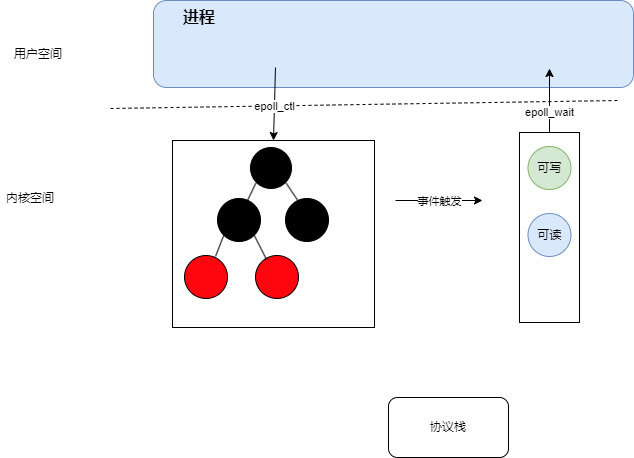
This is CS/OS/网络系统/epoll.drawio.png from sirius-zyj/Images, a draw.io export, as it was before one commit. Source tidied: cells renumbered, new cells last; positions are measured from the earlier drawing's top-left corner, leaving out a move shared by most shapes.
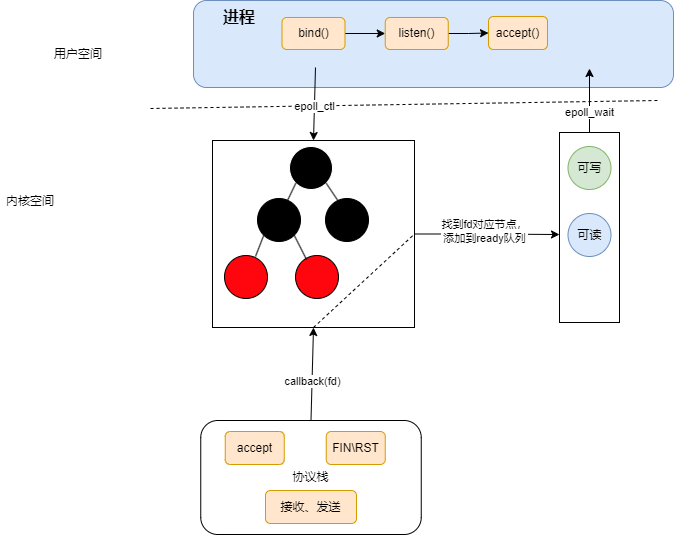
After the change.

Change to the diagram source:
```diff
@@ -55,19 +55,8 @@
       <mxGeometry x="8" y="39" width="60" height="30" as="geometry" />
     </mxCell>
     <mxCell id="17" value="内核空间" style="text;html=1;align=center;verticalAlign=middle;whiteSpace=wrap;rounded=0;" parent="1" vertex="1">
-      <mxGeometry y="183" width="60" height="30" as="geometry" />
+      <mxGeometry x="-40" y="186" width="60" height="30" as="geometry" />
     </mxCell>
-    <mxCell id="18" style="endArrow=classic;html=1;rounded=0;" parent="1" edge="1">
-      <mxGeometry relative="1" as="geometry">
-        <mxPoint x="395" y="200" as="sourcePoint" />
-        <mxPoint x="482" y="200" as="targetPoint" />
-      </mxGeometry>
-    </mxCell>
-    <mxCell id="19" value="事件触发" style="edgeLabel;html=1;align=center;verticalAlign=middle;" parent="18" vertex="1">
-      <mxGeometry x="-0.28" y="-3" relative="1" as="geometry">
-        <mxPoint x="11" y="-3" as="offset" />
-      </mxGeometry>
-    </mxCell>
     <mxCell id="20" style="rounded=0;whiteSpace=wrap;html=1;" parent="1" vertex="1">
       <mxGeometry x="519" y="132" width="60" height="190" as="geometry" />
     </mxCell>
@@ -89,7 +78,46 @@
       <mxGeometry x="169" y="2" width="60" height="30" as="geometry" />
     </mxCell>
     <mxCell id="26" value="协议栈" style="rounded=1;whiteSpace=wrap;html=1;" parent="1" vertex="1">
-      <mxGeometry x="388" y="397" width="120" height="60" as="geometry" />
+      <mxGeometry x="160.2" y="420" width="220.5" height="114" as="geometry" />
     </mxCell>
+    <mxCell id="27" value="accept" style="rounded=1;whiteSpace=wrap;html=1;fillColor=#ffe6cc;strokeColor=#d79b00;" parent="1" vertex="1">
+      <mxGeometry x="184.8" y="431" width="59" height="33" as="geometry" />
+    </mxCell>
+    <mxCell id="28" value="FIN\RST" style="rounded=1;whiteSpace=wrap;html=1;fillColor=#ffe6cc;strokeColor=#d79b00;" parent="1" vertex="1">
+      <mxGeometry x="285.8" y="431" width="59" height="33" as="geometry" />
+    </mxCell>
+    <mxCell id="29" value="接收、发送" style="rounded=1;whiteSpace=wrap;html=1;fillColor=#ffe6cc;strokeColor=#d79b00;" parent="1" vertex="1">
+      <mxGeometry x="225" y="490" width="91" height="33" as="geometry" />
+    </mxCell>
+    <mxCell id="30" style="endArrow=classic;html=1;rounded=0;exitX=0.5;exitY=0;exitDx=0;exitDy=0;entryX=0.5;entryY=1;entryDx=0;entryDy=0;" parent="1" edge="1" source="26" target="3">
+      <mxGeometry relative="1" as="geometry" />
+    </mxCell>
+    <mxCell id="31" value="callback(fd)" style="edgeLabel;html=1;align=center;verticalAlign=middle;" parent="30" vertex="1">
+      <mxGeometry x="-0.14" relative="1" as="geometry" />
+    </mxCell>
+    <mxCell id="32" style="edgeStyle=orthogonalEdgeStyle;rounded=0;jettySize=auto;html=1;exitX=1;exitY=0.5;exitDx=0;exitDy=0;entryX=0;entryY=0.537;entryDx=0;entryDy=0;entryPerimeter=0;" parent="1" edge="1" source="3" target="20">
+      <mxGeometry relative="1" as="geometry" />
+    </mxCell>
+    <mxCell id="33" value="找到fd对应节点，&lt;br&gt;添加到ready队列" style="edgeLabel;html=1;align=center;verticalAlign=middle;" parent="32" vertex="1">
+      <mxGeometry x="-0.05" y="3" relative="1" as="geometry" />
+    </mxCell>
+    <mxCell id="34" style="endArrow=none;dashed=1;html=1;rounded=0;exitX=0.5;exitY=1;exitDx=0;exitDy=0;entryX=1;entryY=0.5;entryDx=0;entryDy=0;" parent="1" edge="1" source="3" target="3">
+      <mxGeometry relative="1" as="geometry" />
+    </mxCell>
+    <mxCell id="35" style="edgeStyle=orthogonalEdgeStyle;rounded=0;jettySize=auto;html=1;exitX=1;exitY=0.5;exitDx=0;exitDy=0;entryX=0;entryY=0.5;entryDx=0;entryDy=0;" parent="1" edge="1" source="36" target="38">
+      <mxGeometry relative="1" as="geometry" />
+    </mxCell>
+    <mxCell id="36" value="bind()" style="rounded=1;whiteSpace=wrap;html=1;fillColor=#ffe6cc;strokeColor=#d79b00;" parent="1" vertex="1">
+      <mxGeometry x="241.5" y="17" width="63" height="32" as="geometry" />
+    </mxCell>
+    <mxCell id="37" style="edgeStyle=orthogonalEdgeStyle;rounded=0;jettySize=auto;html=1;exitX=1;exitY=0.5;exitDx=0;exitDy=0;entryX=0;entryY=0.5;entryDx=0;entryDy=0;" parent="1" edge="1" source="38" target="39">
+      <mxGeometry relative="1" as="geometry" />
+    </mxCell>
+    <mxCell id="38" value="listen()" style="rounded=1;whiteSpace=wrap;html=1;fillColor=#ffe6cc;strokeColor=#d79b00;" parent="1" vertex="1">
+      <mxGeometry x="344.8" y="17" width="63" height="32" as="geometry" />
+    </mxCell>
+    <mxCell id="39" value="accept()" style="rounded=1;whiteSpace=wrap;html=1;fillColor=#ffe6cc;strokeColor=#d79b00;" parent="1" vertex="1">
+      <mxGeometry x="448" y="16" width="59" height="33" as="geometry" />
+    </mxCell>
   </root>
 </mxGraphModel>
```
